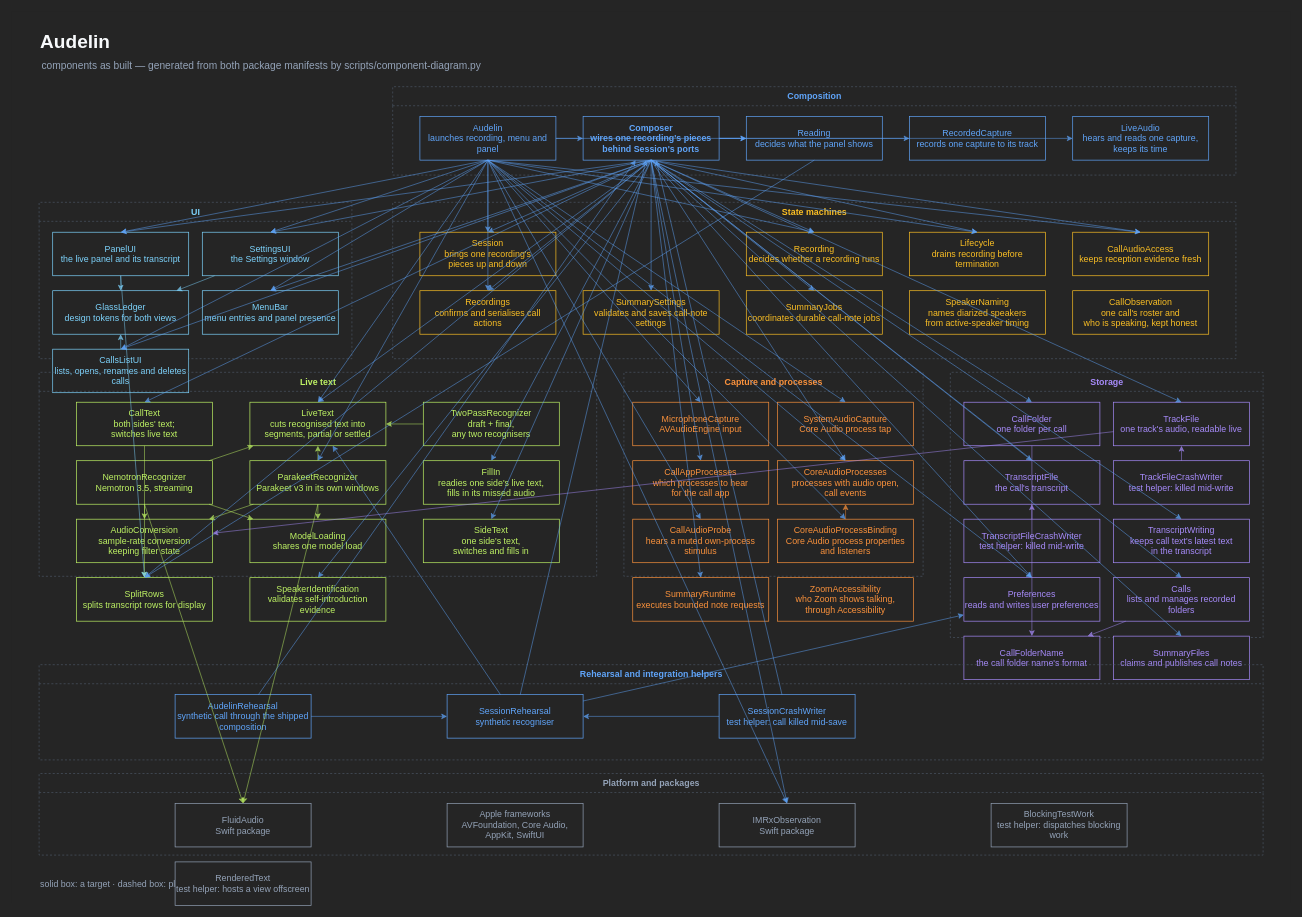
Above: audelin/docs/live-text.drawio in igor1309/ai-labs (draw.io), before the change. Source tidied: cells renumbered, new cells numbered last; positions are measured from the earlier drawing's top-left corner, leaving out a move shared by most shapes. Both pictures are drawn from the tidied source at 68%, with x=0, y=0 at pixel (12, 12).
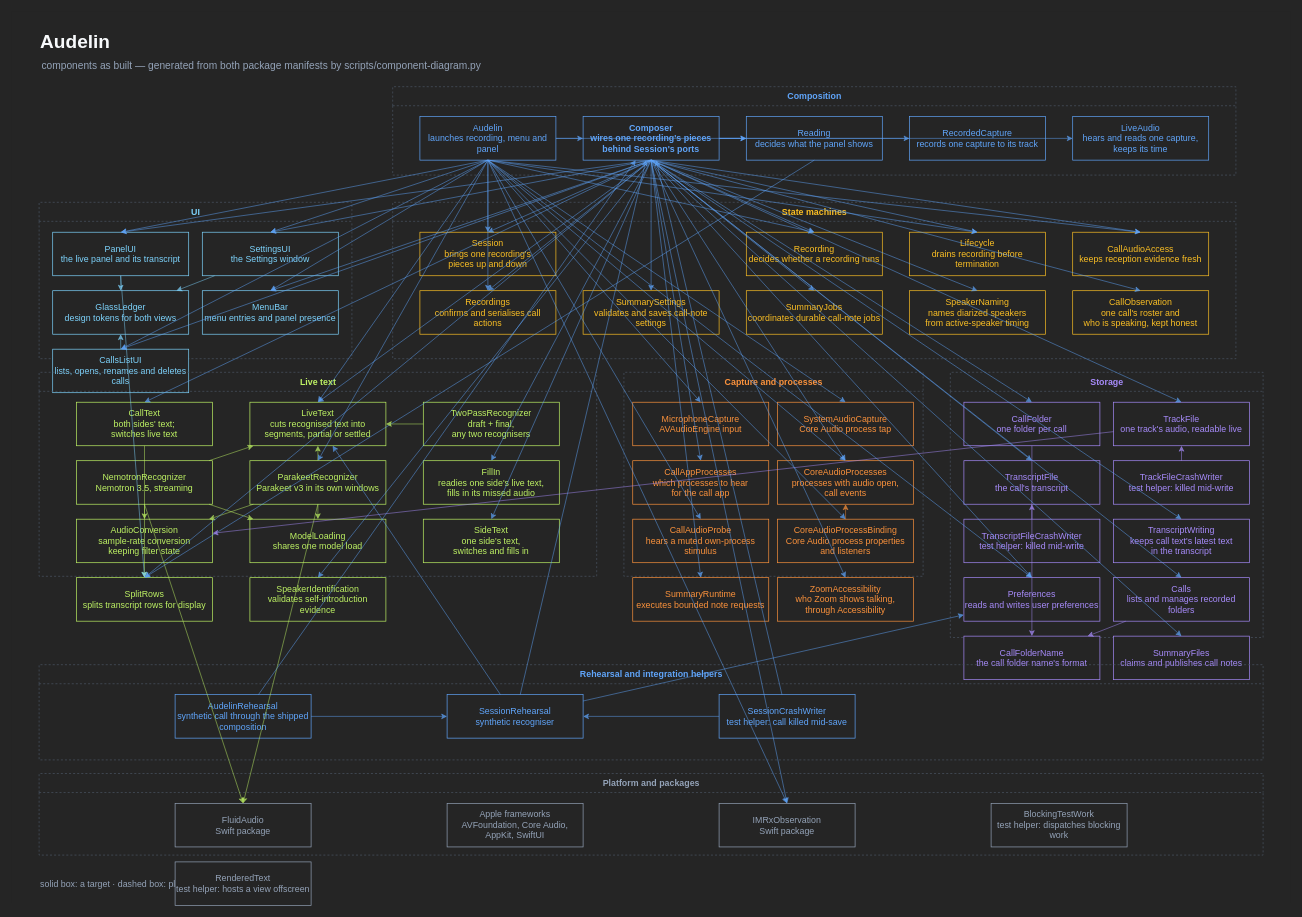
Above is the later version.

The change refers to these unchanged cells:
```xml
<mxCell id="2" style="rounded=0;whiteSpace=wrap;html=1;fillColor=#252525;strokeColor=none;" parent="1" vertex="1">
  <mxGeometry width="1880" height="1310" as="geometry" />
</mxCell>
<mxCell id="19" value="ZoomAccessibility&#10;who Zoom shows talking,&#10;through Accessibility" style="rounded=0;whiteSpace=wrap;html=1;fillColor=#252525;strokeColor=#fb923c;fontColor=#fb923c;fontSize=13;" parent="10" vertex="1">
  <mxGeometry x="226" y="302" width="200" height="64" as="geometry" />
</mxCell>
<mxCell id="20" value="CallObservation&#10;one call's roster and&#10;who is speaking, kept honest" style="rounded=0;whiteSpace=wrap;html=1;fillColor=#252525;strokeColor=#fbbf24;fontColor=#fbbf24;fontSize=13;" parent="8" vertex="1">
  <mxGeometry x="1000" y="130" width="200" height="64" as="geometry" />
</mxCell>
<mxCell id="21" value="SpeakerNaming&#10;names diarized speakers&#10;from active-speaker timing" style="rounded=0;whiteSpace=wrap;html=1;fillColor=#252525;strokeColor=#fbbf24;fontColor=#fbbf24;fontSize=13;" parent="8" vertex="1">
  <mxGeometry x="760" y="130" width="200" height="64" as="geometry" />
</mxCell>
<mxCell id="25" value="SessionRehearsal&#10;synthetic recogniser" style="rounded=0;whiteSpace=wrap;html=1;fillColor=#252525;strokeColor=#60a5fa;fontColor=#60a5fa;fontSize=13;" parent="12" vertex="1">
  <mxGeometry x="600" y="44" width="200" height="64" as="geometry" />
</mxCell>
<mxCell id="26" value="SessionCrashWriter&#10;test helper: call killed mid-save" style="rounded=0;whiteSpace=wrap;html=1;fillColor=#252525;strokeColor=#60a5fa;fontColor=#60a5fa;fontSize=13;" parent="12" vertex="1">
  <mxGeometry x="1000" y="44" width="200" height="64" as="geometry" />
</mxCell>
<mxCell id="30" value="Composer&#10;wires one recording's pieces&#10;behind Session's ports" style="rounded=0;whiteSpace=wrap;html=1;fillColor=#252525;strokeColor=#60a5fa;fontColor=#60a5fa;fontSize=13;fontStyle=1;" parent="6" vertex="1">
  <mxGeometry x="280" y="44" width="200" height="64" as="geometry" />
</mxCell>
```

Diff of the diagram source:
```diff
@@
-    <mxCell id="147" style="edgeStyle=none;rounded=0;html=1;strokeColor=#60a5fa;opacity=70;endArrow=classic;endFill=1;" parent="2" edge="1" source="26" target="30">
+    <mxCell id="147" style="exitX=0.5;exitY=1;entryX=0.5;entryY=0;edgeStyle=none;rounded=0;html=1;strokeColor=#60a5fa;opacity=70;endArrow=classic;endFill=1;" parent="2" edge="1" source="30" target="20">
       <mxGeometry relative="1" as="geometry" />
     </mxCell>
-    <mxCell id="148" style="edgeStyle=none;rounded=0;html=1;strokeColor=#60a5fa;opacity=70;endArrow=classic;endFill=1;" parent="2" edge="1" source="26" target="25">
+    <mxCell id="148" style="exitX=0.5;exitY=1;entryX=0.5;entryY=0;edgeStyle=none;rounded=0;html=1;strokeColor=#60a5fa;opacity=70;endArrow=classic;endFill=1;" parent="2" edge="1" source="30" target="21">
       <mxGeometry relative="1" as="geometry" />
     </mxCell>
+    <mxCell id="149" style="exitX=0.5;exitY=1;entryX=0.5;entryY=0;edgeStyle=none;rounded=0;html=1;strokeColor=#60a5fa;opacity=70;endArrow=classic;endFill=1;" parent="2" edge="1" source="30" target="19">
+      <mxGeometry relative="1" as="geometry" />
+    </mxCell>
+    <mxCell id="150" style="edgeStyle=none;rounded=0;html=1;strokeColor=#60a5fa;opacity=70;endArrow=classic;endFill=1;" parent="2" edge="1" source="26" target="30">
+      <mxGeometry relative="1" as="geometry" />
+    </mxCell>
+    <mxCell id="151" style="edgeStyle=none;rounded=0;html=1;strokeColor=#60a5fa;opacity=70;endArrow=classic;endFill=1;" parent="2" edge="1" source="26" target="25">
+      <mxGeometry relative="1" as="geometry" />
+    </mxCell>
```
